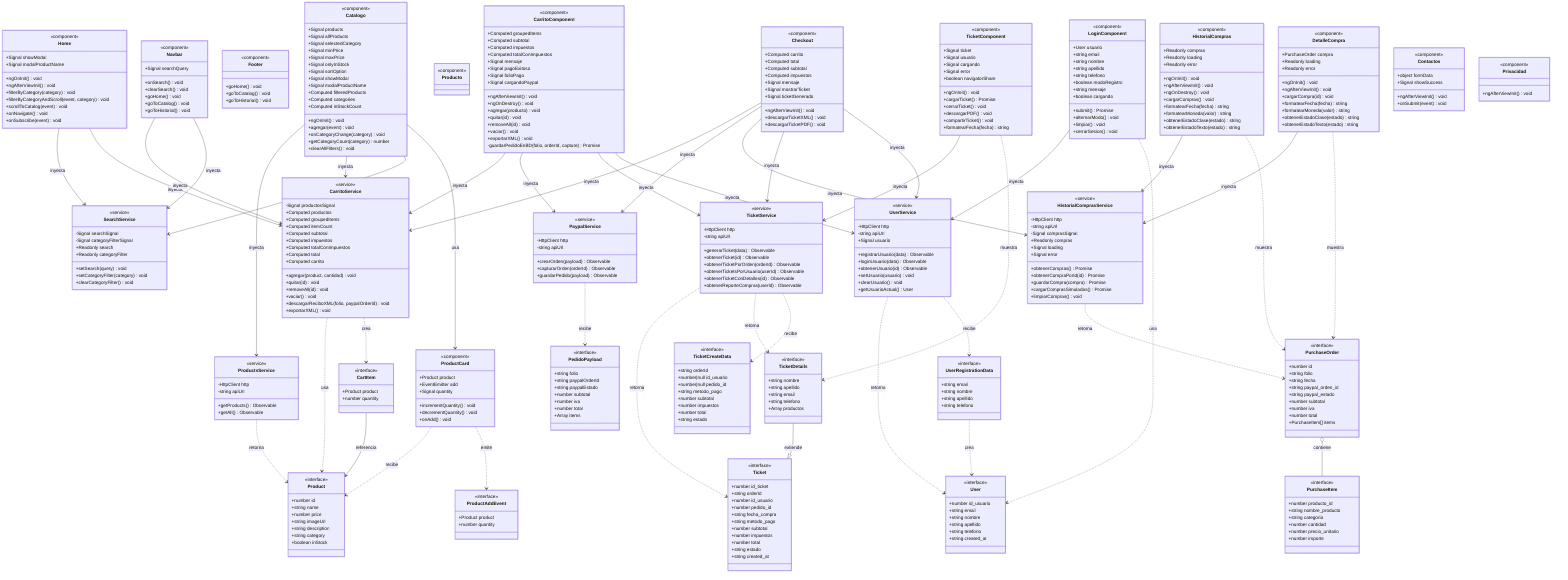
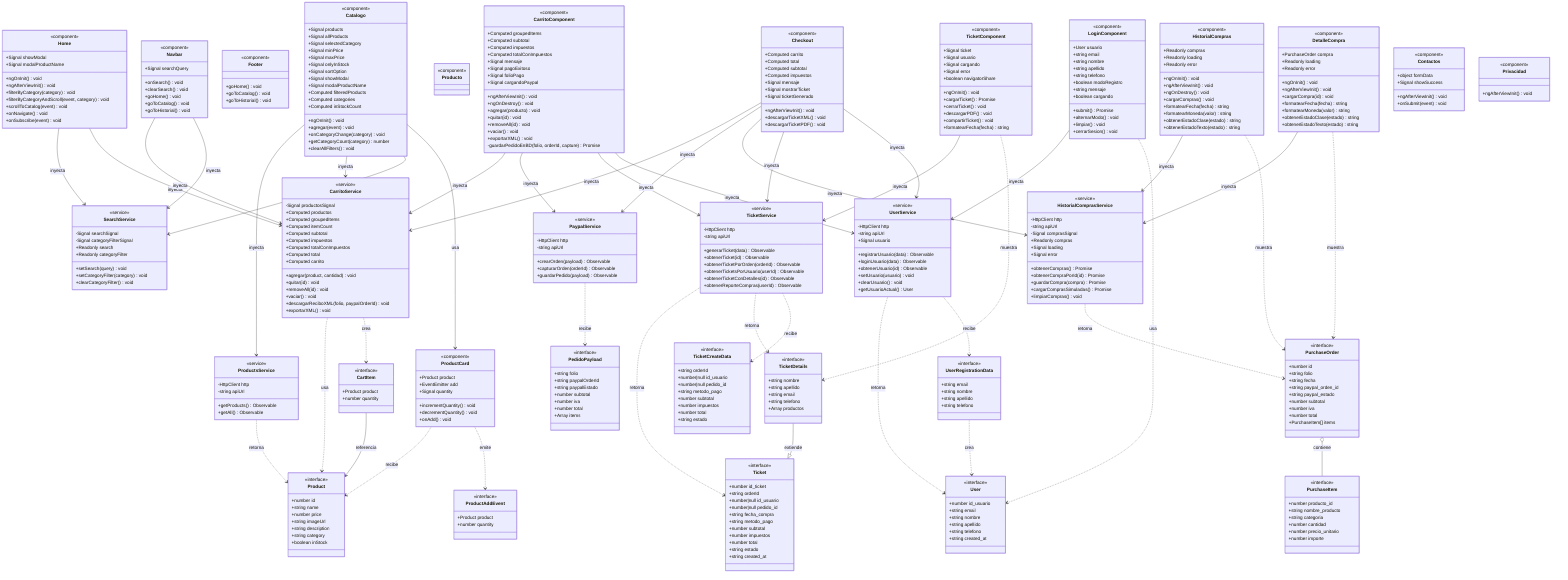
classDiagram
direction TB

%% ─── MODELOS ───────────────────────────────────────────────

class Product {
    <<interface>>
    +number id
    +string name
    +number price
    +string imageUrl
    +string description
    +string category
    +boolean inStock
}

class PurchaseItem {
    <<interface>>
    +number producto_id
    +string nombre_producto
    +string categoria
    +number cantidad
    +number precio_unitario
    +number importe
}

class PurchaseOrder {
    <<interface>>
    +number id
    +string folio
    +string fecha
    +string paypal_orden_id
    +string paypal_estado
    +number subtotal
    +number iva
    +number total
    +PurchaseItem[] items
}

class CartItem {
    <<interface>>
    +Product product
    +number quantity
}

class User {
    <<interface>>
    +number id_usuario
    +string email
    +string nombre
    +string apellido
    +string telefono
    +string created_at
}

class UserRegistrationData {
    <<interface>>
    +string email
    +string nombre
    +string apellido
    +string telefono
}

class Ticket {
    <<interface>>
    +number id_ticket
    +string orderId
-     +number id_usuario
-     +number pedido_id
+     +number|null id_usuario
+     +number|null pedido_id
    +string fecha_compra
    +string metodo_pago
    +number subtotal
    +number impuestos
    +number total
    +string estado
    +string created_at
}

class TicketDetails {
    <<interface>>
    +string nombre
    +string apellido
    +string email
    +string telefono
    +Array productos
}

class TicketCreateData {
    <<interface>>
    +string orderId
    +number|null id_usuario
    +number|null pedido_id
    +string metodo_pago
    +number subtotal
    +number impuestos
    +number total
    +string estado
}

class PedidoPayload {
    <<interface>>
    +string folio
    +string paypalOrderId
    +string paypalEstado
    +number subtotal
    +number iva
    +number total
    +Array items
}

class ProductAddEvent {
    <<interface>>
    +Product product
    +number quantity
}

%% ─── SERVICIOS ─────────────────────────────────────────────

class ProductsService {
    <<service>>
    -HttpClient http
    -string apiUrl
    +getProducts() Observable
    +getAll() Observable
}

class CarritoService {
    <<service>>
    -Signal productosSignal
    +Computed productos
    +Computed groupedItems
    +Computed itemCount
    +Computed subtotal
    +Computed impuestos
    +Computed totalConImpuestos
    +Computed total
    +Computed carrito
    +agregar(product, cantidad) void
    +quitar(id) void
    +removeAll(id) void
    +vaciar() void
    +descargarReciboXML(folio, paypalOrderId) void
    +exportarXML() void
}

class SearchService {
    <<service>>
    -Signal searchSignal
    -Signal categoryFilterSignal
    +Readonly search
    +Readonly categoryFilter
    +setSearch(query) void
    +setCategoryFilter(category) void
    +clearCategoryFilter() void
}

class PaypalService {
    <<service>>
    -HttpClient http
    -string apiUrl
    +crearOrden(payload) Observable
    +capturarOrden(orderId) Observable
    +guardarPedido(payload) Observable
}

class HistorialComprasService {
    <<service>>
    -HttpClient http
    -string apiUrl
    -Signal comprasSignal
    +Readonly compras
    +Signal loading
    +Signal error
    +obtenerCompras() Promise
    +obtenerCompraPorId(id) Promise
    +guardarCompra(compra) Promise
    +cargarComprasSimuladas() Promise
    +limpiarCompras() void
}

class UserService {
    <<service>>
    -HttpClient http
    -string apiUrl
    +Signal usuario
    +registrarUsuario(data) Observable
    +loginUsuario(data) Observable
    +obtenerUsuario(id) Observable
    +setUsuario(usuario) void
    +clearUsuario() void
    +getUsuarioActual() User
}

class TicketService {
    <<service>>
    -HttpClient http
    -string apiUrl
    +generarTicket(data) Observable
    +obtenerTicket(id) Observable
    +obtenerTicketPorOrden(orderId) Observable
    +obtenerTicketsPorUsuario(userId) Observable
    +obtenerTicketConDetalles(id) Observable
    +obtenerReporteCompras(userId) Observable
}

%% ─── COMPONENTES ────────────────────────────────────────────

class Home {
    <<component>>
    +Signal showModal
    +Signal modalProductName
    +ngOnInit() void
    +ngAfterViewInit() void
    +filterByCategory(category) void
    +filterByCategoryAndScroll(event, category) void
    +scrollToCatalog(event) void
    +onNavigate() void
    +onSubscribe(event) void
}

class Navbar {
    <<component>>
    +Signal searchQuery
    +onSearch() void
    +clearSearch() void
    +goHome() void
    +goToCatalog() void
    +goToHistorial() void
}

class Footer {
    <<component>>
    +goHome() void
    +goToCatalog() void
    +goToHistorial() void
}

class Catalogo {
    <<component>>
    +Signal products
    +Signal allProducts
    +Signal selectedCategory
    +Signal minPrice
    +Signal maxPrice
    +Signal onlyInStock
    +Signal sortOption
    +Signal showModal
    +Signal modalProductName
    +Computed filteredProducts
    +Computed categories
    +Computed inStockCount
    +ngOnInit() void
    +agregar(event) void
    +onCategoryChange(category) void
    +getCategoryCount(category) number
    +clearAllFilters() void
}

class ProductCard {
    <<component>>
    +Product product
    +EventEmitter add
    +Signal quantity
    +incrementQuantity() void
    +decrementQuantity() void
    +onAdd() void
}

class Producto {
    <<component>>
}

class CarritoComponent {
    <<component>>
    +Computed groupedItems
    +Computed subtotal
    +Computed impuestos
    +Computed totalConImpuestos
    +Signal mensaje
    +Signal pagoExitoso
    +Signal folioPago
    +Signal cargandoPaypal
    +ngAfterViewInit() void
    +ngOnDestroy() void
    +agregar(producto) void
    +quitar(id) void
    +removeAll(id) void
    +vaciar() void
    +exportarXML() void
    -guardarPedidoEnBD(folio, orderId, capture) Promise
}

class Checkout {
    <<component>>
    +Computed carrito
    +Computed total
    +Computed subtotal
    +Computed impuestos
    +Signal mensaje
    +Signal mostrarTicket
    +Signal ticketGenerado
    +ngAfterViewInit() void
    +descargarTicketXML() void
    +descargarTicketPDF() void
}

class LoginComponent {
    <<component>>
    +User usuario
    +string email
    +string nombre
    +string apellido
    +string telefono
    +boolean modoRegistro
    +string mensaje
    +boolean cargando
    +submit() Promise
    +alternarModo() void
    +limpiar() void
    +cerrarSesion() void
}

class HistorialCompras {
    <<component>>
    +Readonly compras
    +Readonly loading
    +Readonly error
    +ngOnInit() void
    +ngAfterViewInit() void
    +ngOnDestroy() void
    +cargarCompras() void
    +formatearFecha(fecha) string
    +formatearMoneda(valor) string
    +obtenerEstadoClase(estado) string
    +obtenerEstadoTexto(estado) string
}

class DetalleCompra {
    <<component>>
    +PurchaseOrder compra
    +Readonly loading
    +Readonly error
    +ngOnInit() void
    +ngAfterViewInit() void
    +cargarCompra(id) void
    +formatearFecha(fecha) string
    +formatearMoneda(valor) string
    +obtenerEstadoClase(estado) string
    +obtenerEstadoTexto(estado) string
}

class TicketComponent {
    <<component>>
    +Signal ticket
    +Signal usuario
    +Signal cargando
    +Signal error
    +boolean navigatorShare
    +ngOnInit() void
    +cargarTicket() Promise
    +cerrarTicket() void
    +descargarPDF() void
    +compartirTicket() void
    +formatearFecha(fecha) string
}

class Contactos {
    <<component>>
    +object formData
    +Signal showSuccess
    +ngAfterViewInit() void
    +onSubmit(event) void
}

class Privacidad {
    <<component>>
    +ngAfterViewInit() void
}

%% ─── RELACIONES MODELOS ──────────────────────────────────────
PurchaseOrder o-- PurchaseItem : contiene
TicketDetails --|> Ticket : extiende
CartItem --> Product : referencia
UserRegistrationData ..> User : crea

%% ─── RELACIONES SERVICIOS → MODELOS ─────────────────────────
ProductsService ..> Product : retorna
CarritoService ..> Product : usa
CarritoService ..> CartItem : crea
PaypalService ..> PedidoPayload : recibe
HistorialComprasService ..> PurchaseOrder : retorna
UserService ..> User : retorna
UserService ..> UserRegistrationData : recibe
TicketService ..> Ticket : retorna
TicketService ..> TicketDetails : retorna
TicketService ..> TicketCreateData : recibe

%% ─── RELACIONES COMPONENTES → SERVICIOS ─────────────────────
Catalogo --> ProductsService : inyecta
Catalogo --> CarritoService : inyecta
Catalogo --> SearchService : inyecta
Catalogo --> ProductCard : usa

Home --> SearchService : inyecta
Home --> CarritoService : inyecta

Navbar --> CarritoService : inyecta
Navbar --> SearchService : inyecta

CarritoComponent --> CarritoService : inyecta
CarritoComponent --> PaypalService : inyecta
CarritoComponent --> TicketService : inyecta
CarritoComponent --> UserService : inyecta

Checkout --> CarritoService : inyecta
Checkout --> PaypalService : inyecta
Checkout --> HistorialComprasService : inyecta
Checkout --> TicketService : inyecta
Checkout --> UserService : inyecta

HistorialCompras --> HistorialComprasService : inyecta
DetalleCompra --> HistorialComprasService : inyecta

LoginComponent --> UserService : inyecta

TicketComponent --> TicketService : inyecta

%% ─── RELACIONES COMPONENTES → MODELOS ───────────────────────
ProductCard ..> Product : recibe
ProductCard ..> ProductAddEvent : emite
HistorialCompras ..> PurchaseOrder : muestra
DetalleCompra ..> PurchaseOrder : muestra
LoginComponent ..> User : usa
TicketComponent ..> TicketDetails : muestra
